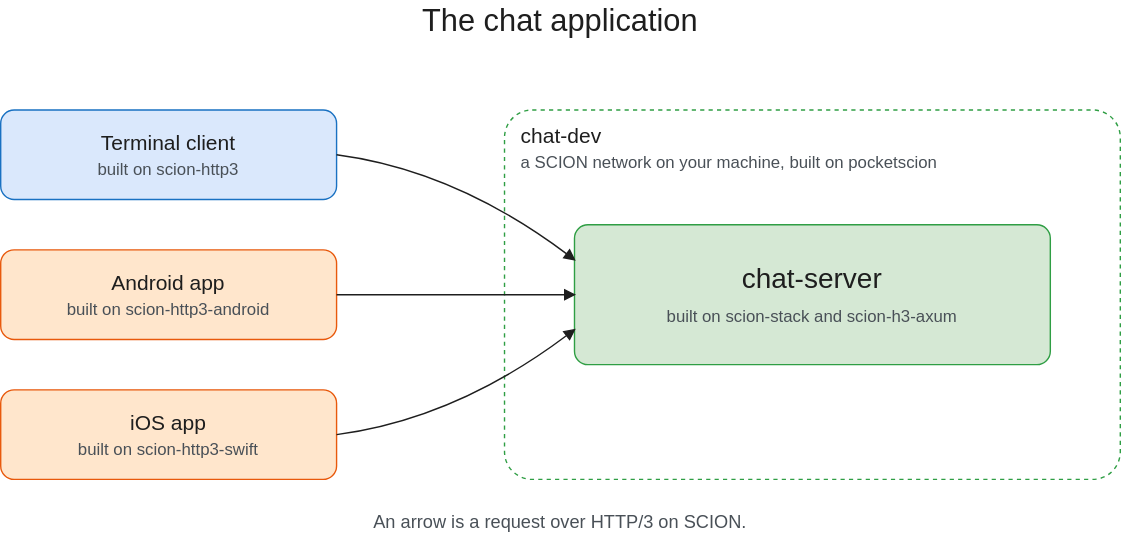
The draw.io diagram docs/fig/chat-overview.drawio.svg in Anapaya/scion-sdk-chat, before a commit. Source tidied: cells renumbered, new cells last; positions are measured from the earlier drawing's top-left corner, leaving out a move shared by most shapes.
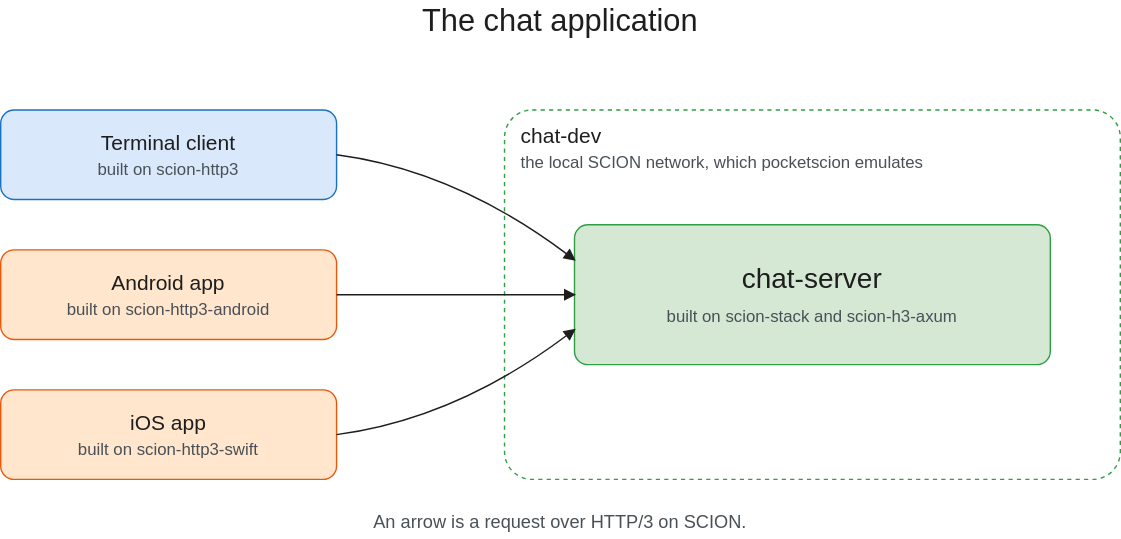
The same file after the commit.

Commit message:
docs: call the network in the overview figure the local SCION network

The label changes in the drawio source and in the rendered SVG, so the
figure still opens in drawio with the new text.

What changed in the source:
```diff
@@ -5,7 +5,7 @@
     <mxCell id="2" value="The chat application" style="text;html=1;align=center;verticalAlign=middle;whiteSpace=wrap;fontFamily=Helvetica;fontSize=22;fontColor=#1e1e1e;" parent="1" vertex="1">
       <mxGeometry x="250" width="300" height="30" as="geometry" />
     </mxCell>
-    <mxCell id="3" value="chat-dev&lt;br&gt;&lt;font style=&quot;font-size: 12px;&quot; color=&quot;#495057&quot;&gt;a SCION network on your machine, built on pocketscion&lt;/font&gt;" style="rounded=1;arcSize=6;whiteSpace=wrap;html=1;fillColor=none;dashed=1;strokeColor=#2f9e44;fontColor=#1e1e1e;fontFamily=Helvetica;fontSize=15;verticalAlign=top;align=left;spacingLeft=10;spacingTop=4;" parent="1" vertex="1">
+    <mxCell id="3" value="chat-dev&lt;br&gt;&lt;font style=&quot;font-size: 12px;&quot; color=&quot;#495057&quot;&gt;the local SCION network, which pocketscion emulates&lt;/font&gt;" style="rounded=1;arcSize=6;whiteSpace=wrap;html=1;fillColor=none;dashed=1;strokeColor=#2f9e44;fontColor=#1e1e1e;fontFamily=Helvetica;fontSize=15;verticalAlign=top;align=left;spacingLeft=10;spacingTop=4;" parent="1" vertex="1">
       <mxGeometry x="360" y="78" width="440" height="264" as="geometry" />
     </mxCell>
     <mxCell id="4" value="Terminal client&lt;br&gt;&lt;font style=&quot;font-size: 12px;&quot; color=&quot;#495057&quot;&gt;built on scion-http3&lt;/font&gt;" style="rounded=1;whiteSpace=wrap;html=1;fillColor=#dae8fc;strokeColor=#1971c2;fontColor=#1e1e1e;fontFamily=Helvetica;fontSize=15;verticalAlign=middle;align=center;" parent="1" vertex="1">
```
